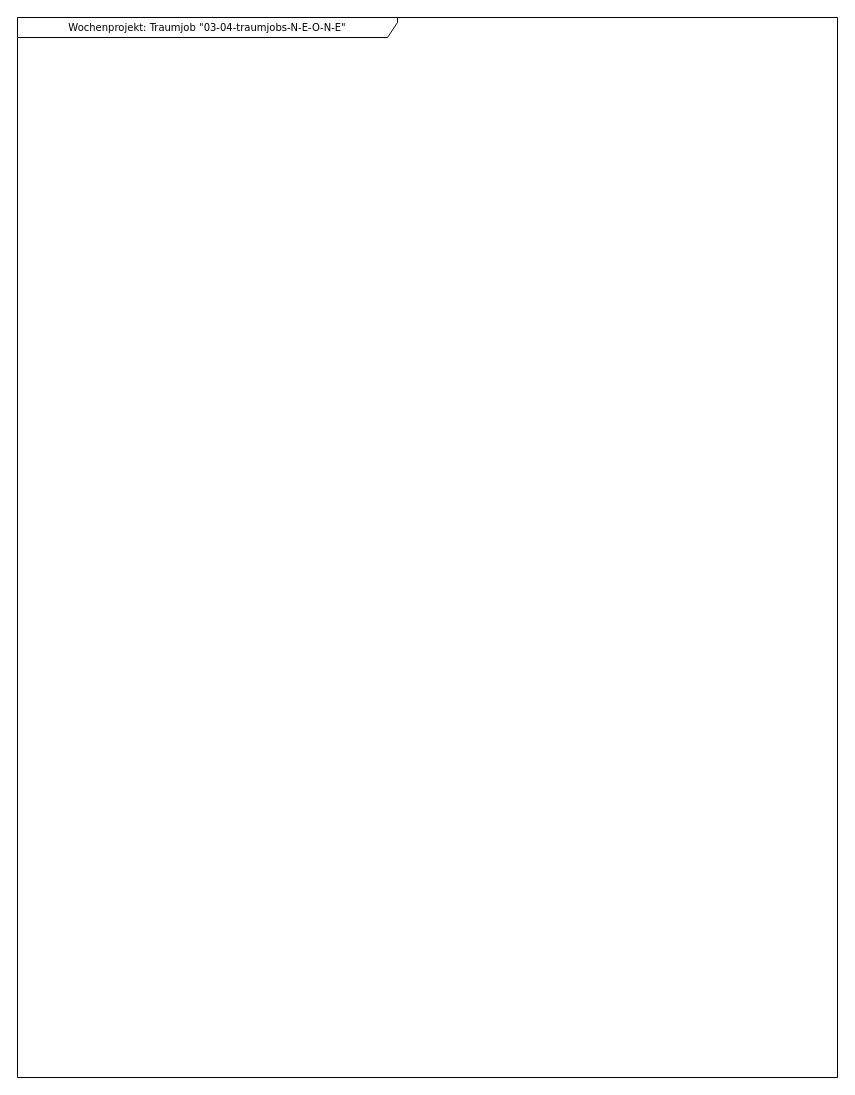
This is UML_Traumjob_WochenProjekt.drawio from N-E-O-N-E/drawio_UML, a draw.io file, before an edit. Source tidied: cells renumbered, new cells numbered last; positions are measured from the earlier drawing's top-left corner, leaving out a move shared by most shapes. Both pictures are drawn from the tidied source at 100%, with x=0, y=0 at pixel (17, 17).
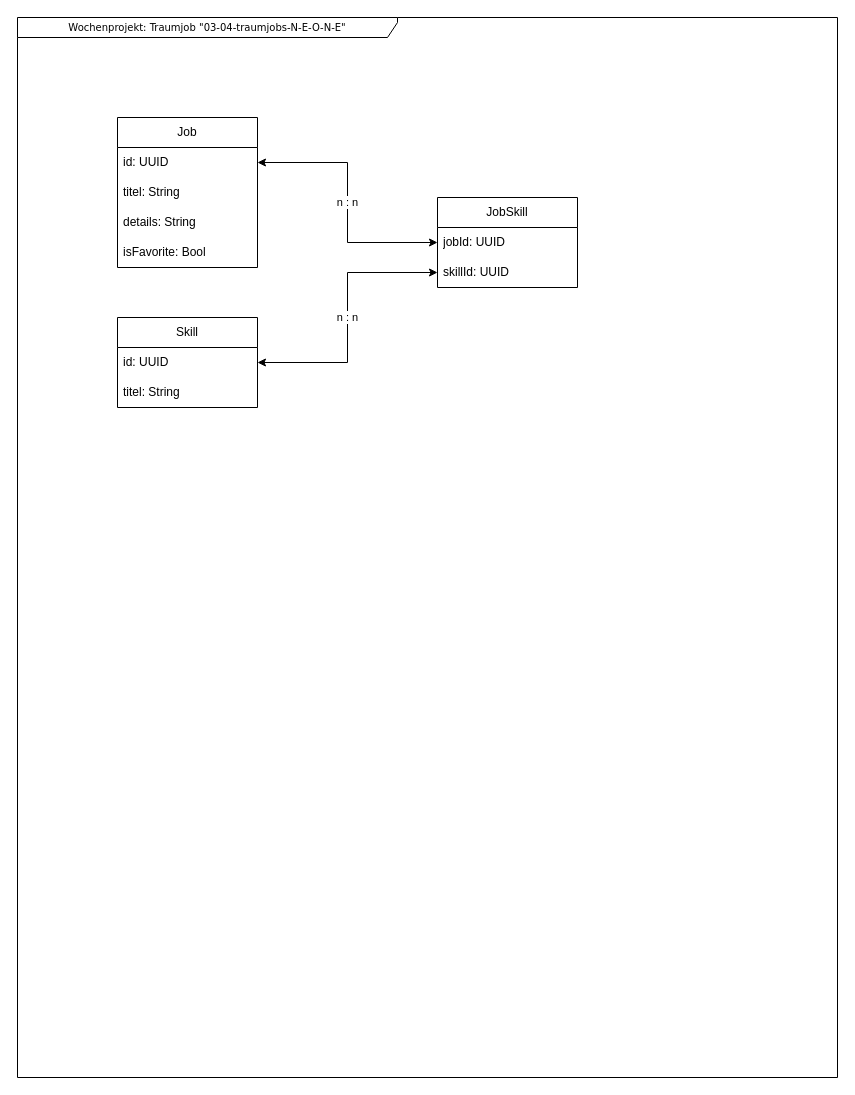
The same page after the edit.

Diff of the diagram source:
```diff
@@
 <mxGraphModel>
   <root>
     <mxCell id="0" />
     <mxCell id="1" parent="0" />
     <mxCell id="2" value="Wochenprojekt: Traumjob &quot;&lt;span style=&quot;background-color: initial;&quot;&gt;03-04-traumjobs-N-E-O-N-E&quot;&lt;/span&gt;" style="shape=umlFrame;whiteSpace=wrap;html=1;rounded=0;shadow=0;comic=0;labelBackgroundColor=none;strokeWidth=1;fontFamily=Verdana;fontSize=10;align=center;width=380;height=20;" parent="1" vertex="1">
       <mxGeometry width="820" height="1060" as="geometry" />
     </mxCell>
+    <mxCell id="3" value="Job" style="swimlane;fontStyle=0;horizontal=1;startSize=30;whiteSpace=wrap;html=1;" parent="1" vertex="1">
+      <mxGeometry x="100" y="100" width="140" height="150" as="geometry" />
+    </mxCell>
+    <mxCell id="4" value="id: UUID" style="text;strokeColor=none;fillColor=none;align=left;verticalAlign=middle;spacingLeft=4;spacingRight=4;overflow=hidden;points=[[0,0.5],[1,0.5]];portConstraint=eastwest;whiteSpace=wrap;html=1;" parent="3" vertex="1">
+      <mxGeometry y="30" width="140" height="30" as="geometry" />
+    </mxCell>
+    <mxCell id="5" value="titel: String" style="text;strokeColor=none;fillColor=none;align=left;verticalAlign=middle;spacingLeft=4;spacingRight=4;overflow=hidden;whiteSpace=wrap;html=1;" parent="3" vertex="1">
+      <mxGeometry y="60" width="140" height="30" as="geometry" />
+    </mxCell>
+    <mxCell id="6" value="details: String" style="text;strokeColor=none;fillColor=none;align=left;verticalAlign=middle;spacingLeft=4;spacingRight=4;overflow=hidden;whiteSpace=wrap;html=1;" parent="3" vertex="1">
+      <mxGeometry y="90" width="140" height="30" as="geometry" />
+    </mxCell>
+    <mxCell id="7" value="isFavorite: Bool" style="text;strokeColor=none;fillColor=none;align=left;verticalAlign=middle;spacingLeft=4;spacingRight=4;overflow=hidden;whiteSpace=wrap;html=1;" parent="3" vertex="1">
+      <mxGeometry y="120" width="140" height="30" as="geometry" />
+    </mxCell>
+    <mxCell id="8" value="Skill" style="swimlane;fontStyle=0;horizontal=1;startSize=30;whiteSpace=wrap;html=1;" parent="1" vertex="1">
+      <mxGeometry x="100" y="300" width="140" height="90" as="geometry" />
+    </mxCell>
+    <mxCell id="9" value="id: UUID" style="text;strokeColor=none;fillColor=none;align=left;verticalAlign=middle;spacingLeft=4;spacingRight=4;overflow=hidden;points=[[0,0.5],[1,0.5]];portConstraint=eastwest;whiteSpace=wrap;html=1;" parent="8" vertex="1">
+      <mxGeometry y="30" width="140" height="30" as="geometry" />
+    </mxCell>
+    <mxCell id="10" value="titel: String" style="text;strokeColor=none;fillColor=none;align=left;verticalAlign=middle;spacingLeft=4;spacingRight=4;overflow=hidden;whiteSpace=wrap;html=1;" parent="8" vertex="1">
+      <mxGeometry y="60" width="140" height="30" as="geometry" />
+    </mxCell>
+    <mxCell id="11" value="JobSkill" style="swimlane;fontStyle=0;horizontal=1;startSize=30;whiteSpace=wrap;html=1;" parent="1" vertex="1">
+      <mxGeometry x="420" y="180" width="140" height="90" as="geometry" />
+    </mxCell>
+    <mxCell id="12" value="jobId: UUID" style="text;strokeColor=none;fillColor=none;align=left;verticalAlign=middle;spacingLeft=4;spacingRight=4;overflow=hidden;points=[[0,0.5],[1,0.5]];portConstraint=eastwest;whiteSpace=wrap;html=1;" parent="11" vertex="1">
+      <mxGeometry y="30" width="140" height="30" as="geometry" />
+    </mxCell>
+    <mxCell id="13" value="skillId: UUID" style="text;strokeColor=none;fillColor=none;align=left;verticalAlign=middle;spacingLeft=4;spacingRight=4;overflow=hidden;points=[[0,0.5],[1,0.5]];portConstraint=eastwest;whiteSpace=wrap;html=1;" parent="11" vertex="1">
+      <mxGeometry y="60" width="140" height="30" as="geometry" />
+    </mxCell>
+    <mxCell id="14" value="n : n" style="edgeStyle=orthogonalEdgeStyle;rounded=0;jettySize=auto;html=1;exitX=0;exitY=0.5;exitDx=0;exitDy=0;entryX=1;entryY=0.5;entryDx=0;entryDy=0;startArrow=classic;startFill=1;" parent="1" edge="1" source="13" target="9">
+      <mxGeometry relative="1" as="geometry" />
+    </mxCell>
+    <mxCell id="15" value="n : n" style="rounded=0;jettySize=auto;html=1;exitX=1;exitY=0.5;exitDx=0;exitDy=0;entryX=0;entryY=0.5;entryDx=0;entryDy=0;strokeColor=default;endArrow=classic;endFill=1;startArrow=classic;startFill=1;edgeStyle=orthogonalEdgeStyle;" parent="1" edge="1" source="4" target="12">
+      <mxGeometry relative="1" as="geometry" />
+    </mxCell>
   </root>
 </mxGraphModel>
```
